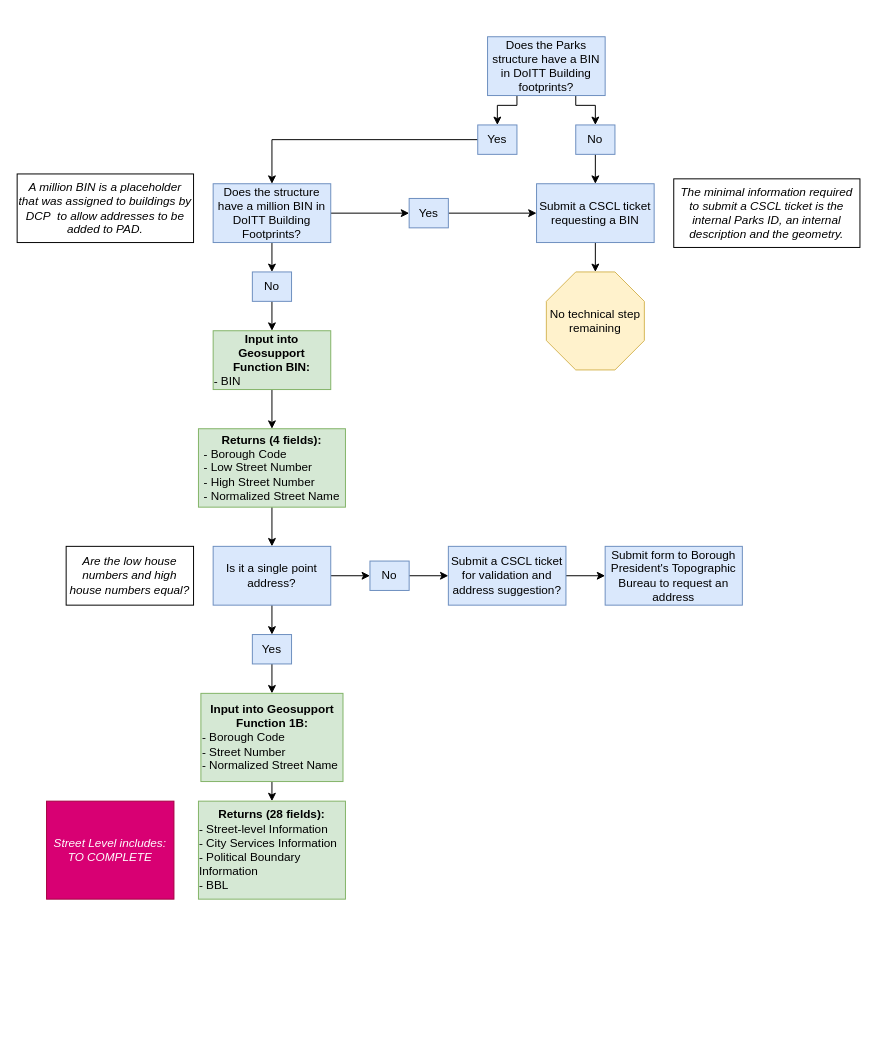
Earlier version of the draw.io diagram Geosupport.drawio (NYCParks-data/Structures). Source tidied: cells renumbered, new cells numbered last; positions are measured from the earlier drawing's top-left corner, leaving out a move shared by most shapes. Both pictures are drawn from the tidied source at 98%, with x=0, y=0 at pixel (17, 36).
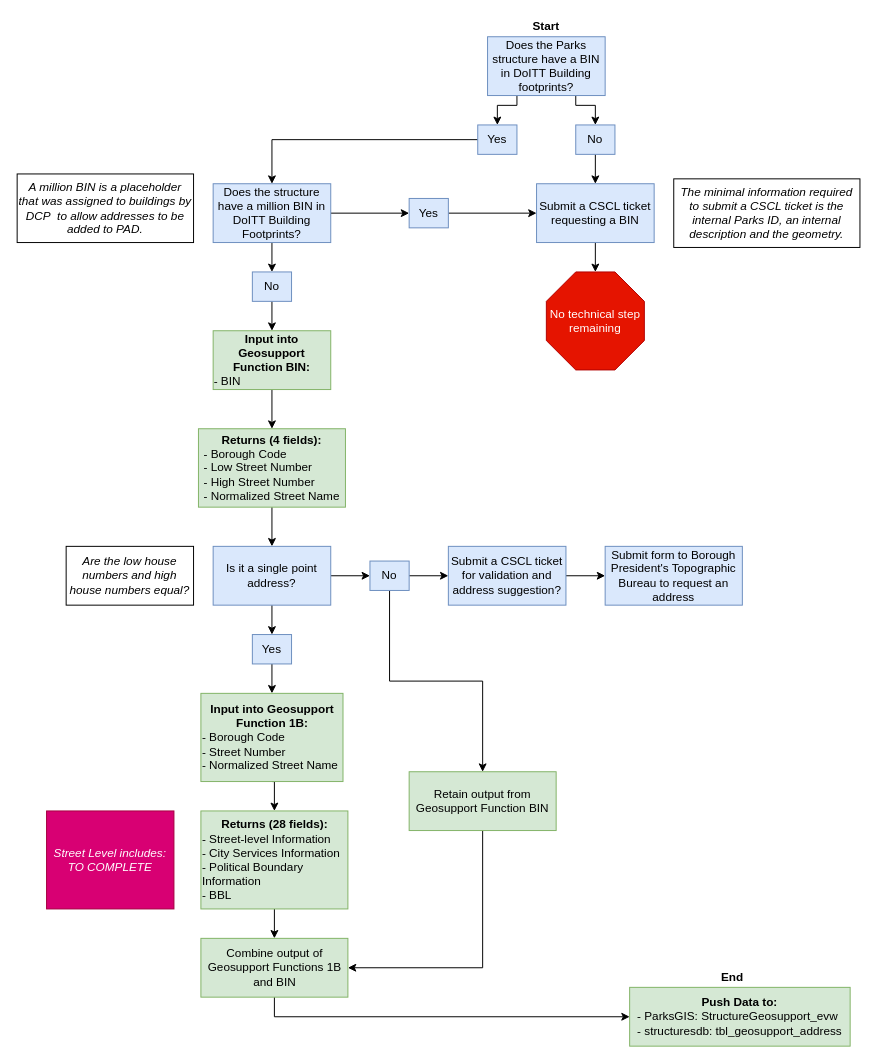
The same page after the edit.

The change refers to these unchanged cells:
```xml
<mxCell id="32" value="No" style="rounded=0;whiteSpace=wrap;html=1;fillColor=#dae8fc;strokeColor=#6c8ebf;" parent="1" vertex="1">
  <mxGeometry x="360" y="535" width="40" height="30" as="geometry" />
</mxCell>
```

Change to the diagram source:
```diff
@@
-    <mxCell id="13" value="No technical step remaining" style="whiteSpace=wrap;html=1;shape=mxgraph.basic.octagon2;align=center;verticalAlign=middle;dx=15;fillColor=#fff2cc;strokeColor=#d6b656;" parent="1" vertex="1">
+    <mxCell id="13" value="No technical step remaining" style="whiteSpace=wrap;html=1;shape=mxgraph.basic.octagon2;align=center;verticalAlign=middle;dx=15;fillColor=#e51400;strokeColor=#B20000;fontColor=#ffffff;" parent="1" vertex="1">
       <mxGeometry x="540" y="240" width="100" height="100" as="geometry" />
     </mxCell>
@@
+    <mxCell id="40" style="edgeStyle=orthogonalEdgeStyle;rounded=0;jettySize=auto;html=1;exitX=0.5;exitY=1;exitDx=0;exitDy=0;entryX=0.5;entryY=0;entryDx=0;entryDy=0;" parent="1" edge="1" source="32" target="46">
+      <mxGeometry relative="1" as="geometry" />
+    </mxCell>
@@
+    <mxCell id="41" style="edgeStyle=orthogonalEdgeStyle;rounded=0;jettySize=auto;html=1;exitX=0.5;exitY=1;exitDx=0;exitDy=0;entryX=0.5;entryY=0;entryDx=0;entryDy=0;" parent="1" edge="1" source="38" target="43">
+      <mxGeometry relative="1" as="geometry" />
+    </mxCell>
     <mxCell id="38" value="&lt;b&gt;Returns (28 fields):&lt;/b&gt;&lt;br&gt;&lt;div style=&quot;text-align: left&quot;&gt;- Street-level Information&lt;/div&gt;&lt;div style=&quot;text-align: left&quot;&gt;&lt;span&gt;- City Services Information&lt;/span&gt;&lt;/div&gt;&lt;div style=&quot;text-align: left&quot;&gt;&lt;span&gt;- Political Boundary Information&lt;/span&gt;&lt;/div&gt;&lt;div style=&quot;text-align: left&quot;&gt;&lt;span&gt;- BBL&lt;/span&gt;&lt;/div&gt;" style="rounded=0;whiteSpace=wrap;html=1;fillColor=#d5e8d4;strokeColor=#82b366;" parent="1" vertex="1">
-      <mxGeometry x="185" y="780" width="150" height="100" as="geometry" />
+      <mxGeometry x="187.5" y="790" width="150" height="100" as="geometry" />
     </mxCell>
     <mxCell id="39" value="&lt;i&gt;Street Level includes:&lt;br&gt;TO COMPLETE&lt;br&gt;&lt;/i&gt;" style="rounded=0;whiteSpace=wrap;html=1;fillColor=#d80073;strokeColor=#A50040;fontColor=#ffffff;" parent="1" vertex="1">
-      <mxGeometry x="30" y="780" width="130" height="100" as="geometry" />
+      <mxGeometry x="30" y="790" width="130" height="100" as="geometry" />
     </mxCell>
+    <mxCell id="42" style="edgeStyle=orthogonalEdgeStyle;rounded=0;jettySize=auto;html=1;exitX=0.5;exitY=1;exitDx=0;exitDy=0;entryX=0;entryY=0.5;entryDx=0;entryDy=0;" parent="1" edge="1" source="43" target="44">
+      <mxGeometry relative="1" as="geometry" />
+    </mxCell>
+    <mxCell id="43" value="Combine output of Geosupport Functions 1B and BIN" style="rounded=0;whiteSpace=wrap;html=1;fillColor=#d5e8d4;strokeColor=#82b366;" parent="1" vertex="1">
+      <mxGeometry x="187.5" y="920" width="150" height="60" as="geometry" />
+    </mxCell>
+    <mxCell id="44" value="&lt;b&gt;Push Data to:&lt;/b&gt;&lt;br&gt;&lt;div style=&quot;text-align: left&quot;&gt;&lt;span&gt;- ParksGIS: StructureGeosupport_evw&lt;/span&gt;&lt;/div&gt;&lt;div style=&quot;text-align: left&quot;&gt;&lt;span&gt;- structuresdb: tbl_geosupport_address&lt;/span&gt;&lt;/div&gt;" style="rounded=0;whiteSpace=wrap;html=1;fillColor=#d5e8d4;strokeColor=#82b366;" parent="1" vertex="1">
+      <mxGeometry x="625" y="970" width="225" height="60" as="geometry" />
+    </mxCell>
+    <mxCell id="45" style="edgeStyle=orthogonalEdgeStyle;rounded=0;jettySize=auto;html=1;exitX=0.5;exitY=1;exitDx=0;exitDy=0;entryX=1;entryY=0.5;entryDx=0;entryDy=0;" parent="1" edge="1" source="46" target="43">
+      <mxGeometry relative="1" as="geometry" />
+    </mxCell>
+    <mxCell id="46" value="Retain output from Geosupport Function BIN" style="rounded=0;whiteSpace=wrap;html=1;fillColor=#d5e8d4;strokeColor=#82b366;" parent="1" vertex="1">
+      <mxGeometry x="400" y="750" width="150" height="60" as="geometry" />
+    </mxCell>
+    <mxCell id="47" value="&lt;b&gt;End&lt;/b&gt;" style="text;html=1;strokeColor=none;fillColor=none;align=center;verticalAlign=middle;whiteSpace=wrap;rounded=0;" parent="1" vertex="1">
+      <mxGeometry x="710" y="950" width="40" height="20" as="geometry" />
+    </mxCell>
+    <mxCell id="48" value="&lt;b&gt;Start&lt;/b&gt;" style="text;html=1;strokeColor=none;fillColor=none;align=center;verticalAlign=middle;whiteSpace=wrap;rounded=0;" parent="1" vertex="1">
+      <mxGeometry x="520" y="-20" width="40" height="20" as="geometry" />
+    </mxCell>
```
